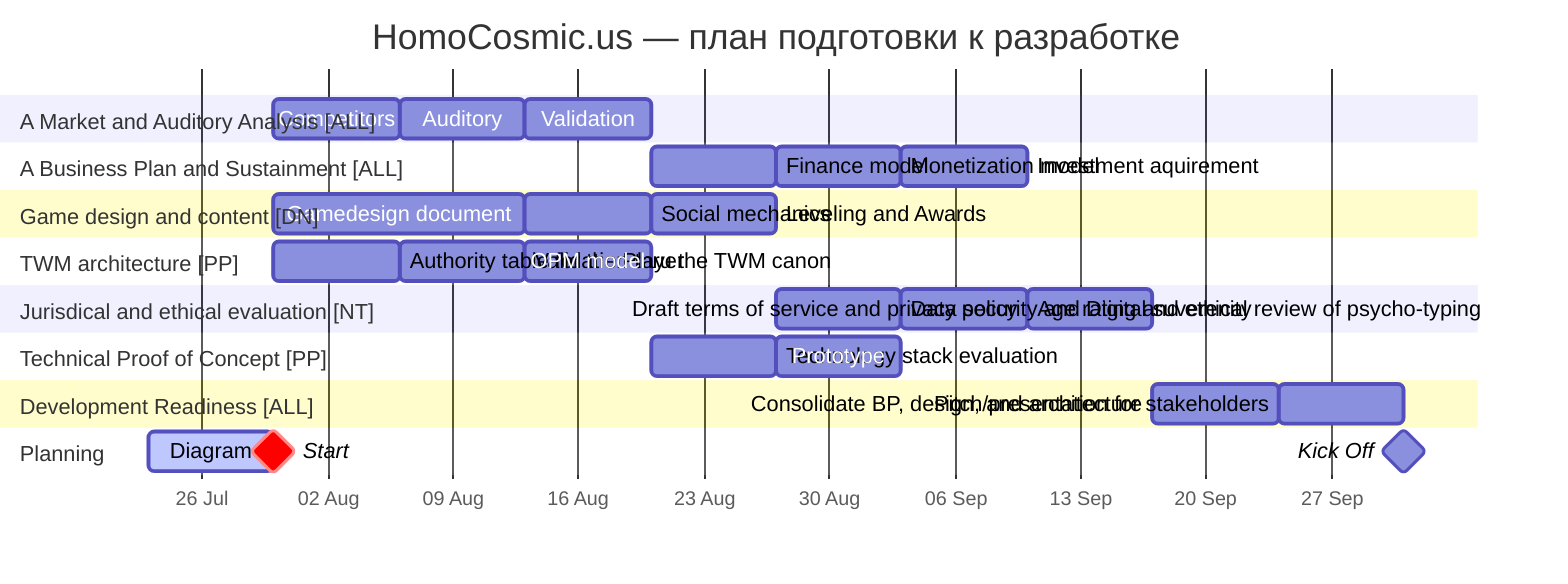
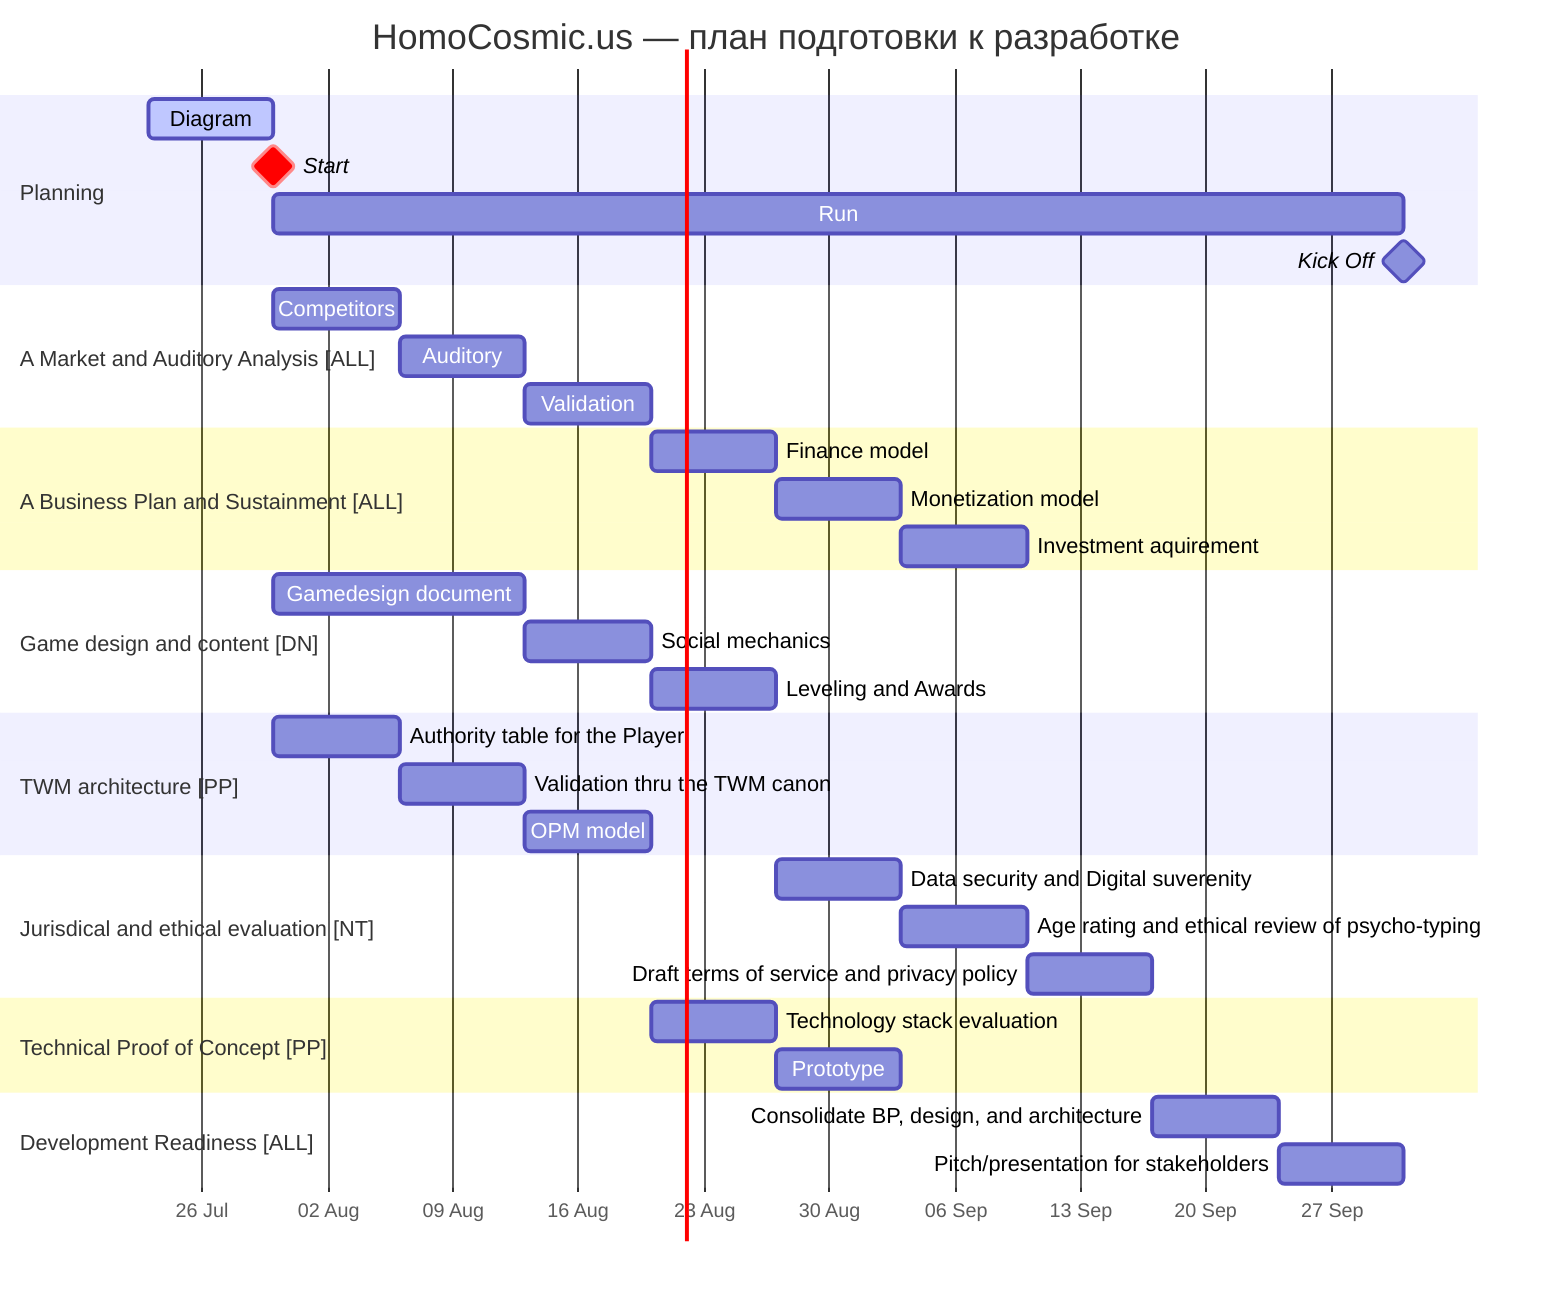
- ---
- displayMode: compact
- ---
gantt
    title HomoCosmic.us — план подготовки к разработке
    dateFormat  YYYY-MM-DD
    axisFormat  %d %b
-     todayMarker off
+     todayMarker on
+ 
+     section Planning
+     Diagram                                                             :active, z1, 2026-07-23, 1w
+     Start                                                               :crit, milestone, after z1
+     Run                                                                 :z2, after z1, 9w
+     Kick Off                                                            :milestone, after z2, 0d

    section A Market and Auditory Analysis [ALL]
    Competitors                                                         :a1, after z1, 1w
    Auditory                                                            :a2, after a1, 1w
    Validation                                                          :a3, after a2, 1w

    section A Business Plan and Sustainment [ALL]
    Finance model                                                       :b1, after a3, 1w
    Monetization model                                                  :b2, after b1, 1w
    Investment aquirement                                               :b3, after b2, 1w

    section Game design and content [DN]
    Gamedesign document                                                 :c1, after z1, 2w
    Social mechanics                                                    :c2, after c1, 1w
    Leveling and Awards                                                 :c3, after c2, 1w

    section TWM architecture [PP]
    Authority table for the Player                                      :d1, after z1, 1w
    Validation thru the TWM canon                                       :d2, after d1, 1w
    OPM model                                                           :d3, after d2, 1w

    section Jurisdical and ethical evaluation [NT]
-     Data security and Digital suverenity                                 :e1, after c3, 1w
+     Data security and Digital suverenity                                :e1, after c3, 1w
    Age rating and ethical review of psycho-typing                      :e2, after e1, 1w
    Draft terms of service and privacy policy                           :e3, after e2, 1w

    section Technical Proof of Concept [PP]
    Technology stack evaluation                                         :f1, after d3, 1w
    Prototype: Gate and first Tree birth flow                           :f2, after f1, 1w

    section Development Readiness [ALL]
    Consolidate BP, design, and architecture                            :g1, after e3, 1w
    Pitch/presentation for stakeholders                                 :g2, after g1, 1w
- 
-     section Planning
-     Diagram                                                             :active, z1, 2026-07-23, 1w
-     Start                                                               :crit, milestone, after z1
-     Kick Off                                                            :milestone, after g2, 0d
- 
